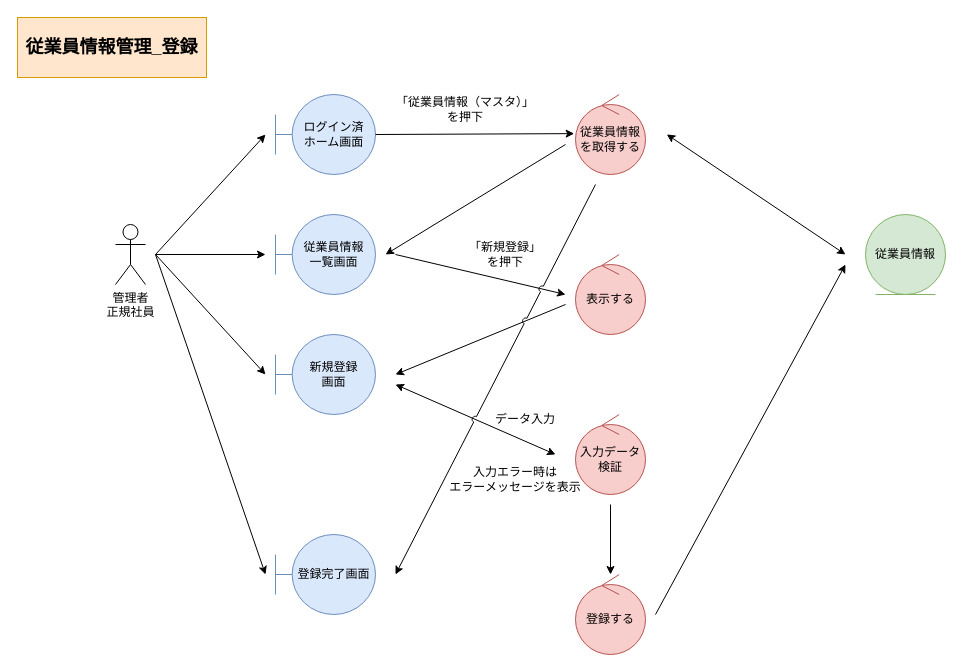
This is page "*従業員情報管理_登録" (1 of 5) of 各種設計書/3ロバストネス図/マスタ管理/1.従業員情報マスタ.drawio from HaruShim/Sotuken, a draw.io file, before an edit. Source tidied: cells renumbered, new cells numbered last; positions are measured from the earlier drawing's top-left corner, leaving out a move shared by most shapes. Both pictures are drawn from the tidied source at 100%, with x=0, y=0 at pixel (17, 17).
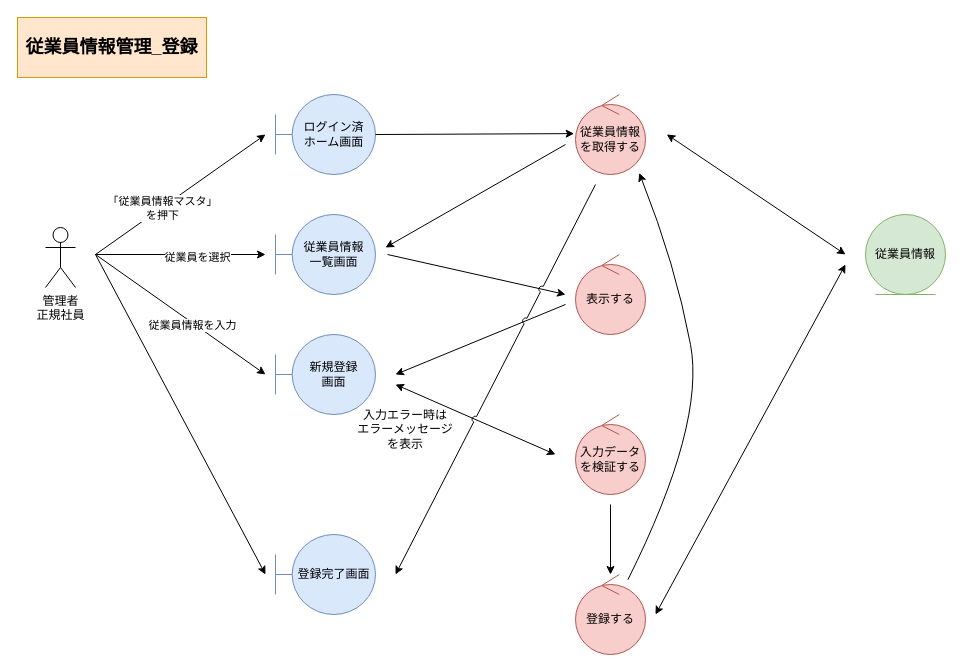
Above is the later version.

Unchanged cells that the change refers to:
```xml
<mxCell id="4" value="従業員情報&lt;br&gt;を取得する" style="ellipse;shape=umlControl;whiteSpace=wrap;html=1;fillColor=#f8cecc;strokeColor=#b85450;" parent="1" vertex="1">
  <mxGeometry x="558" y="77" width="70" height="80" as="geometry" />
</mxCell>
<mxCell id="17" value="登録する" style="ellipse;shape=umlControl;whiteSpace=wrap;html=1;fillColor=#f8cecc;strokeColor=#b85450;" parent="1" vertex="1">
  <mxGeometry x="558" y="557" width="70" height="80" as="geometry" />
</mxCell>
```

The edit, as a diff of the source:
```diff
@@
-    <mxCell id="6" value="「従業員情報（マスタ）」&lt;br&gt;を押下" style="text;html=1;strokeColor=none;fillColor=none;align=center;verticalAlign=middle;whiteSpace=wrap;rounded=0;" parent="1" vertex="1">
-      <mxGeometry x="368" y="77" width="160" height="30" as="geometry" />
-    </mxCell>
     <mxCell id="7" value="管理者&lt;br&gt;正規社員" style="shape=umlActor;verticalLabelPosition=bottom;verticalAlign=top;html=1;" parent="1" vertex="1">
-      <mxGeometry x="98" y="207" width="30" height="60" as="geometry" />
+      <mxGeometry x="28" y="210" width="30" height="60" as="geometry" />
     </mxCell>
@@
     <mxCell id="11" style="endArrow=none;html=1;rounded=0;startArrow=classic;startFill=1;endFill=0;" parent="1" edge="1">
       <mxGeometry relative="1" as="geometry">
-        <mxPoint x="368" y="237" as="sourcePoint" />
+        <mxPoint x="368" y="230" as="sourcePoint" />
         <mxPoint x="548" y="127" as="targetPoint" />
       </mxGeometry>
     </mxCell>
@@
     <mxCell id="13" style="endArrow=none;html=1;rounded=0;startArrow=classic;startFill=1;endFill=0;" parent="1" edge="1">
       <mxGeometry relative="1" as="geometry">
         <mxPoint x="548" y="277" as="sourcePoint" />
-        <mxPoint x="378" y="237" as="targetPoint" />
+        <mxPoint x="370" y="237" as="targetPoint" />
       </mxGeometry>
     </mxCell>
@@
-    <mxCell id="15" value="入力データ検証" style="ellipse;shape=umlControl;whiteSpace=wrap;html=1;fillColor=#f8cecc;strokeColor=#b85450;" parent="1" vertex="1">
+    <mxCell id="15" value="入力データを検証する" style="ellipse;shape=umlControl;whiteSpace=wrap;html=1;fillColor=#f8cecc;strokeColor=#b85450;" parent="1" vertex="1">
       <mxGeometry x="558" y="397" width="70" height="80" as="geometry" />
     </mxCell>
@@
-    <mxCell id="19" style="endArrow=none;html=1;rounded=0;startArrow=classic;startFill=1;endFill=0;" parent="1" edge="1">
+    <mxCell id="19" style="endArrow=classic;html=1;rounded=0;startArrow=classic;startFill=1;endFill=1;" parent="1" edge="1">
       <mxGeometry relative="1" as="geometry">
         <mxPoint x="828" y="247" as="sourcePoint" />
         <mxPoint x="638" y="597" as="targetPoint" />
       </mxGeometry>
     </mxCell>
-    <mxCell id="20" value="データ入力" style="text;html=1;strokeColor=none;fillColor=none;align=center;verticalAlign=middle;whiteSpace=wrap;rounded=0;" parent="1" vertex="1">
-      <mxGeometry x="428" y="387" width="160" height="30" as="geometry" />
-    </mxCell>
-    <mxCell id="21" value="「新規登録」&lt;br&gt;を押下" style="text;html=1;strokeColor=none;fillColor=none;align=center;verticalAlign=middle;whiteSpace=wrap;rounded=0;" parent="1" vertex="1">
-      <mxGeometry x="408" y="222" width="160" height="30" as="geometry" />
-    </mxCell>
-    <mxCell id="22" value="入力エラー時は&lt;br&gt;エラーメッセージを表示" style="text;html=1;strokeColor=none;fillColor=none;align=center;verticalAlign=middle;whiteSpace=wrap;rounded=0;" parent="1" vertex="1">
-      <mxGeometry x="418" y="447" width="160" height="30" as="geometry" />
+    <mxCell id="22" value="入力エラー時は&lt;br&gt;エラーメッセージ&lt;br&gt;を表示" style="text;html=1;strokeColor=none;fillColor=none;align=center;verticalAlign=middle;whiteSpace=wrap;rounded=0;" parent="1" vertex="1">
+      <mxGeometry x="308" y="397" width="160" height="30" as="geometry" />
     </mxCell>
@@
     <mxCell id="25" style="endArrow=classic;html=1;rounded=0;" parent="1" edge="1">
       <mxGeometry relative="1" as="geometry">
-        <mxPoint x="138" y="237" as="sourcePoint" />
+        <mxPoint x="78" y="237" as="sourcePoint" />
         <mxPoint x="248" y="117" as="targetPoint" />
       </mxGeometry>
     </mxCell>
+    <mxCell id="30" value="「従業員情報マスタ」&lt;br&gt;を押下" style="edgeLabel;html=1;align=center;verticalAlign=middle;" parent="25" vertex="1">
+      <mxGeometry x="-0.22" relative="1" as="geometry" />
+    </mxCell>
     <mxCell id="26" style="endArrow=classic;html=1;rounded=0;" parent="1" edge="1">
       <mxGeometry relative="1" as="geometry">
-        <mxPoint x="138" y="237" as="sourcePoint" />
+        <mxPoint x="78" y="237" as="sourcePoint" />
         <mxPoint x="248" y="237" as="targetPoint" />
       </mxGeometry>
     </mxCell>
+    <mxCell id="31" value="従業員を選択" style="edgeLabel;html=1;align=center;verticalAlign=middle;" parent="26" vertex="1">
+      <mxGeometry x="0.19" y="-2" relative="1" as="geometry" />
+    </mxCell>
     <mxCell id="27" style="endArrow=classic;html=1;rounded=0;" parent="1" edge="1">
       <mxGeometry relative="1" as="geometry">
-        <mxPoint x="138" y="237" as="sourcePoint" />
+        <mxPoint x="78" y="237" as="sourcePoint" />
         <mxPoint x="248" y="357" as="targetPoint" />
       </mxGeometry>
     </mxCell>
+    <mxCell id="32" value="従業員情報を入力" style="edgeLabel;html=1;align=center;verticalAlign=middle;" parent="27" vertex="1">
+      <mxGeometry x="0.15" y="-2" relative="1" as="geometry" />
+    </mxCell>
     <mxCell id="28" style="endArrow=classic;html=1;rounded=0;" parent="1" edge="1">
       <mxGeometry relative="1" as="geometry">
-        <mxPoint x="138" y="237" as="sourcePoint" />
+        <mxPoint x="78" y="237" as="sourcePoint" />
         <mxPoint x="248" y="557" as="targetPoint" />
       </mxGeometry>
     </mxCell>
@@
+    <mxCell id="33" style="curved=1;endArrow=classic;html=1;rounded=0;entryX=0.91;entryY=0.982;entryDx=0;entryDy=0;entryPerimeter=0;" parent="1" edge="1" source="17" target="4">
+      <mxGeometry relative="1" as="geometry">
+        <Array as="points">
+          <mxPoint x="688" y="407" />
+          <mxPoint x="658" y="247" />
+        </Array>
+      </mxGeometry>
+    </mxCell>
```
